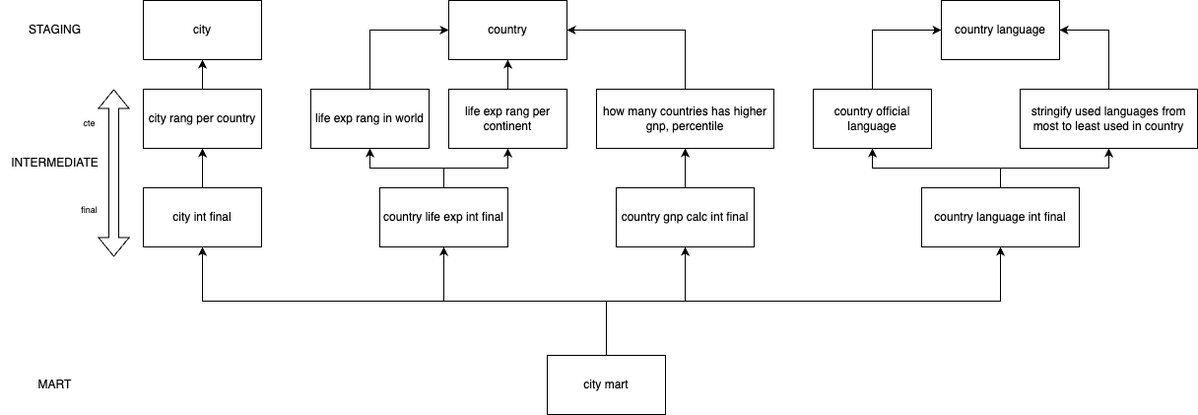
This is dbt_pg/Data model hierarchy.png from shardev/datawarehouse_cities, a draw.io export, as it was before one commit. Source tidied: cells renumbered, new cells last; positions are measured from the earlier drawing's top-left corner, leaving out a move shared by most shapes. Its diagram source:
```xml
<mxGraphModel>
  <root>
    <mxCell id="0" />
    <mxCell id="1" parent="0" />
    <mxCell id="2" value="city" style="rounded=0;whiteSpace=wrap;html=1;" parent="1" vertex="1">
      <mxGeometry x="145" width="120" height="60" as="geometry" />
    </mxCell>
    <mxCell id="3" value="country" style="rounded=0;whiteSpace=wrap;html=1;" parent="1" vertex="1">
      <mxGeometry x="455" width="120" height="60" as="geometry" />
    </mxCell>
    <mxCell id="4" style="edgeStyle=orthogonalEdgeStyle;rounded=0;jettySize=auto;html=1;" parent="1" edge="1" source="5" target="2">
      <mxGeometry relative="1" as="geometry" />
    </mxCell>
    <mxCell id="5" value="city rang per country" style="whiteSpace=wrap;html=1;" parent="1" vertex="1">
      <mxGeometry x="145" y="90" width="120" height="60" as="geometry" />
    </mxCell>
    <mxCell id="6" value="INTERMEDIATE" style="text;html=1;align=center;verticalAlign=middle;strokeColor=none;fillColor=none;" parent="1" vertex="1">
      <mxGeometry y="150" width="110" height="30" as="geometry" />
    </mxCell>
    <mxCell id="7" value="STAGING" style="text;html=1;align=center;verticalAlign=middle;strokeColor=none;fillColor=none;" parent="1" vertex="1">
      <mxGeometry x="15" y="15" width="80" height="30" as="geometry" />
    </mxCell>
    <mxCell id="8" value="country language" style="whiteSpace=wrap;html=1;" parent="1" vertex="1">
      <mxGeometry x="955" width="120" height="60" as="geometry" />
    </mxCell>
    <mxCell id="9" style="edgeStyle=orthogonalEdgeStyle;rounded=0;jettySize=auto;html=1;exitX=0.5;exitY=0;exitDx=0;exitDy=0;entryX=0;entryY=0.5;entryDx=0;entryDy=0;" parent="1" edge="1" source="10" target="3">
      <mxGeometry relative="1" as="geometry" />
    </mxCell>
    <mxCell id="10" value="life exp rang in world" style="whiteSpace=wrap;html=1;" parent="1" vertex="1">
      <mxGeometry x="315" y="90" width="120" height="60" as="geometry" />
    </mxCell>
    <mxCell id="11" style="edgeStyle=orthogonalEdgeStyle;rounded=0;jettySize=auto;html=1;exitX=0.5;exitY=0;exitDx=0;exitDy=0;" parent="1" edge="1" source="12" target="3">
      <mxGeometry relative="1" as="geometry" />
    </mxCell>
    <mxCell id="12" value="life exp rang per continent" style="whiteSpace=wrap;html=1;" parent="1" vertex="1">
      <mxGeometry x="455" y="90" width="120" height="60" as="geometry" />
    </mxCell>
    <mxCell id="13" style="edgeStyle=orthogonalEdgeStyle;rounded=0;jettySize=auto;html=1;exitX=0.5;exitY=0;exitDx=0;exitDy=0;entryX=1;entryY=0.5;entryDx=0;entryDy=0;" parent="1" edge="1" source="14" target="3">
      <mxGeometry relative="1" as="geometry" />
    </mxCell>
    <mxCell id="14" value="how many countries has higher gnp, percentile" style="whiteSpace=wrap;html=1;" parent="1" vertex="1">
      <mxGeometry x="605" y="90" width="180" height="60" as="geometry" />
    </mxCell>
    <mxCell id="15" style="shape=flexArrow;endArrow=classic;startArrow=classic;html=1;rounded=0;" parent="1" edge="1">
      <mxGeometry relative="1" as="geometry">
        <mxPoint x="115" y="260" as="sourcePoint" />
        <mxPoint x="115" y="90" as="targetPoint" />
      </mxGeometry>
    </mxCell>
    <mxCell id="16" style="edgeStyle=orthogonalEdgeStyle;rounded=0;jettySize=auto;html=1;exitX=0.5;exitY=0;exitDx=0;exitDy=0;entryX=0.5;entryY=1;entryDx=0;entryDy=0;" parent="1" edge="1" source="17" target="5">
      <mxGeometry relative="1" as="geometry" />
    </mxCell>
    <mxCell id="17" value="city int final" style="whiteSpace=wrap;html=1;" parent="1" vertex="1">
      <mxGeometry x="145" y="190" width="120" height="60" as="geometry" />
    </mxCell>
    <mxCell id="18" style="edgeStyle=orthogonalEdgeStyle;rounded=0;jettySize=auto;html=1;exitX=0.5;exitY=0;exitDx=0;exitDy=0;entryX=0.5;entryY=1;entryDx=0;entryDy=0;" parent="1" edge="1" source="20" target="12">
      <mxGeometry relative="1" as="geometry" />
    </mxCell>
    <mxCell id="19" style="edgeStyle=orthogonalEdgeStyle;rounded=0;jettySize=auto;html=1;exitX=0.5;exitY=0;exitDx=0;exitDy=0;entryX=0.5;entryY=1;entryDx=0;entryDy=0;" parent="1" edge="1" source="20" target="10">
      <mxGeometry relative="1" as="geometry" />
    </mxCell>
    <mxCell id="20" value="country life exp int final" style="whiteSpace=wrap;html=1;" parent="1" vertex="1">
      <mxGeometry x="385" y="190" width="130" height="60" as="geometry" />
    </mxCell>
    <mxCell id="21" value="cte" style="text;html=1;align=center;verticalAlign=middle;strokeColor=none;fillColor=none;fontSize=9;" parent="1" vertex="1">
      <mxGeometry x="70" y="115" width="40" height="20" as="geometry" />
    </mxCell>
    <mxCell id="22" value="final" style="text;html=1;align=center;verticalAlign=middle;strokeColor=none;fillColor=none;fontSize=9;" parent="1" vertex="1">
      <mxGeometry x="70" y="203" width="40" height="20" as="geometry" />
    </mxCell>
    <mxCell id="23" style="edgeStyle=orthogonalEdgeStyle;rounded=0;jettySize=auto;html=1;exitX=0.5;exitY=0;exitDx=0;exitDy=0;entryX=0;entryY=0.5;entryDx=0;entryDy=0;" parent="1" edge="1" source="24" target="8">
      <mxGeometry relative="1" as="geometry" />
    </mxCell>
    <mxCell id="24" value="country official language" style="whiteSpace=wrap;html=1;" parent="1" vertex="1">
      <mxGeometry x="825" y="90" width="120" height="60" as="geometry" />
    </mxCell>
    <mxCell id="25" style="edgeStyle=orthogonalEdgeStyle;rounded=0;jettySize=auto;html=1;exitX=0.5;exitY=0;exitDx=0;exitDy=0;entryX=1;entryY=0.5;entryDx=0;entryDy=0;" parent="1" edge="1" source="26" target="8">
      <mxGeometry relative="1" as="geometry" />
    </mxCell>
    <mxCell id="26" value="stringify used languages from most to least used in country" style="whiteSpace=wrap;html=1;" parent="1" vertex="1">
      <mxGeometry x="1035" y="90" width="180" height="60" as="geometry" />
    </mxCell>
    <mxCell id="27" style="edgeStyle=orthogonalEdgeStyle;rounded=0;jettySize=auto;html=1;exitX=0.5;exitY=0;exitDx=0;exitDy=0;" parent="1" edge="1" source="29" target="24">
      <mxGeometry relative="1" as="geometry" />
    </mxCell>
    <mxCell id="28" style="edgeStyle=orthogonalEdgeStyle;rounded=0;jettySize=auto;html=1;exitX=0.5;exitY=0;exitDx=0;exitDy=0;" parent="1" edge="1" source="29" target="26">
      <mxGeometry relative="1" as="geometry" />
    </mxCell>
    <mxCell id="29" value="country language int final" style="whiteSpace=wrap;html=1;" parent="1" vertex="1">
      <mxGeometry x="935" y="190" width="160" height="60" as="geometry" />
    </mxCell>
    <mxCell id="30" value="MART" style="text;html=1;align=center;verticalAlign=middle;strokeColor=none;fillColor=none;" parent="1" vertex="1">
      <mxGeometry x="25" y="375" width="60" height="30" as="geometry" />
    </mxCell>
    <mxCell id="31" style="edgeStyle=orthogonalEdgeStyle;rounded=0;jettySize=auto;html=1;exitX=0.5;exitY=0;exitDx=0;exitDy=0;entryX=0.5;entryY=1;entryDx=0;entryDy=0;" parent="1" edge="1" source="35" target="17">
      <mxGeometry relative="1" as="geometry" />
    </mxCell>
    <mxCell id="32" style="edgeStyle=orthogonalEdgeStyle;rounded=0;jettySize=auto;html=1;exitX=0.5;exitY=0;exitDx=0;exitDy=0;entryX=0.5;entryY=1;entryDx=0;entryDy=0;" parent="1" edge="1" source="35" target="20">
      <mxGeometry relative="1" as="geometry" />
    </mxCell>
    <mxCell id="33" style="edgeStyle=orthogonalEdgeStyle;rounded=0;jettySize=auto;html=1;exitX=0.5;exitY=0;exitDx=0;exitDy=0;entryX=0.5;entryY=1;entryDx=0;entryDy=0;" parent="1" edge="1" source="35" target="29">
      <mxGeometry relative="1" as="geometry" />
    </mxCell>
    <mxCell id="34" style="edgeStyle=orthogonalEdgeStyle;rounded=0;jettySize=auto;html=1;exitX=0.5;exitY=0;exitDx=0;exitDy=0;" parent="1" edge="1" source="35" target="37">
      <mxGeometry relative="1" as="geometry" />
    </mxCell>
    <mxCell id="35" value="city mart" style="whiteSpace=wrap;html=1;" parent="1" vertex="1">
      <mxGeometry x="555" y="360" width="120" height="60" as="geometry" />
    </mxCell>
    <mxCell id="36" style="edgeStyle=orthogonalEdgeStyle;rounded=0;jettySize=auto;html=1;exitX=0.5;exitY=0;exitDx=0;exitDy=0;entryX=0.5;entryY=1;entryDx=0;entryDy=0;" parent="1" edge="1" source="37" target="14">
      <mxGeometry relative="1" as="geometry" />
    </mxCell>
    <mxCell id="37" value="country gnp calc int final" style="whiteSpace=wrap;html=1;" parent="1" vertex="1">
      <mxGeometry x="625" y="190" width="140" height="60" as="geometry" />
    </mxCell>
  </root>
</mxGraphModel>
```
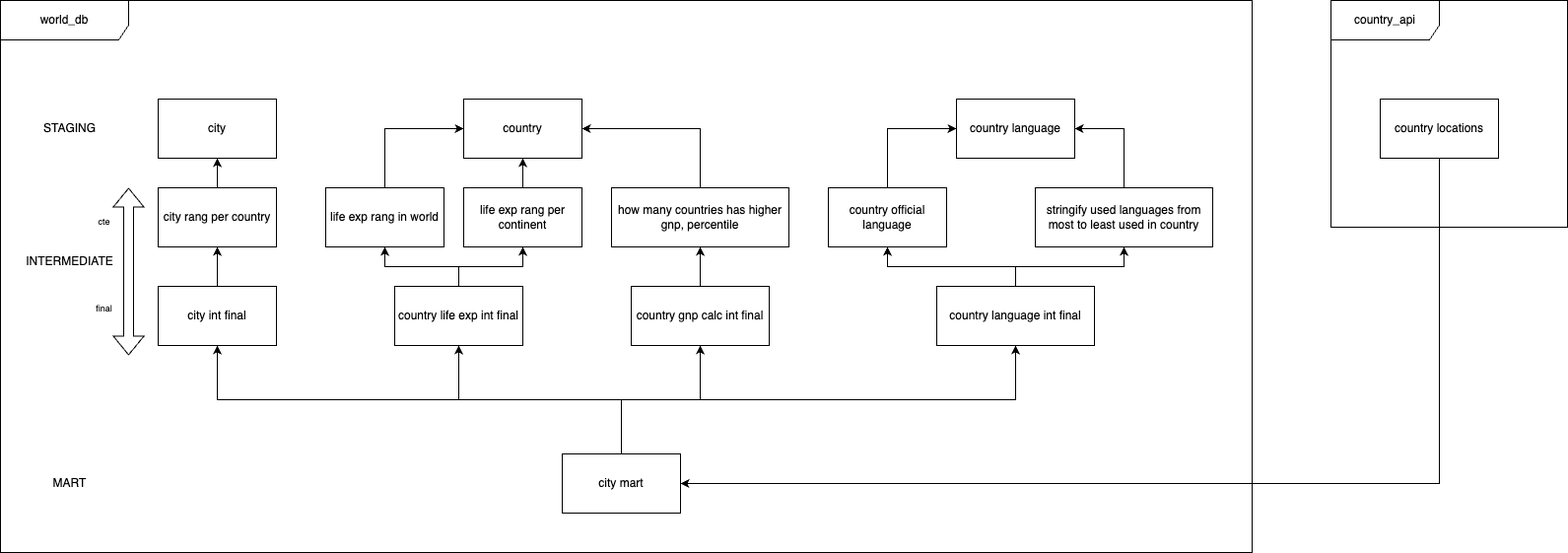
After the change.

Commit message:
Added stg_country_locations to city_mart, changed data model hierarchy png, fixed materialization config

Change to the diagram source:
```diff
@@ -113,5 +113,17 @@
     <mxCell id="37" value="country gnp calc int final" style="whiteSpace=wrap;html=1;" parent="1" vertex="1">
       <mxGeometry x="625" y="190" width="140" height="60" as="geometry" />
     </mxCell>
+    <mxCell id="38" style="edgeStyle=orthogonalEdgeStyle;rounded=0;jettySize=auto;html=1;exitX=0.5;exitY=1;exitDx=0;exitDy=0;entryX=1;entryY=0.5;entryDx=0;entryDy=0;" parent="1" edge="1" source="39" target="35">
+      <mxGeometry relative="1" as="geometry" />
+    </mxCell>
+    <mxCell id="39" value="country locations" style="whiteSpace=wrap;html=1;" parent="1" vertex="1">
+      <mxGeometry x="1385" width="120" height="60" as="geometry" />
+    </mxCell>
+    <mxCell id="40" value="world_db" style="shape=umlFrame;whiteSpace=wrap;html=1;width=130;height=40;" parent="1" vertex="1">
+      <mxGeometry x="-15" y="-100" width="1270" height="560" as="geometry" />
+    </mxCell>
+    <mxCell id="41" value="country_api" style="shape=umlFrame;whiteSpace=wrap;html=1;width=110;height=40;" parent="1" vertex="1">
+      <mxGeometry x="1335" y="-100" width="240" height="230" as="geometry" />
+    </mxCell>
   </root>
 </mxGraphModel>
```
